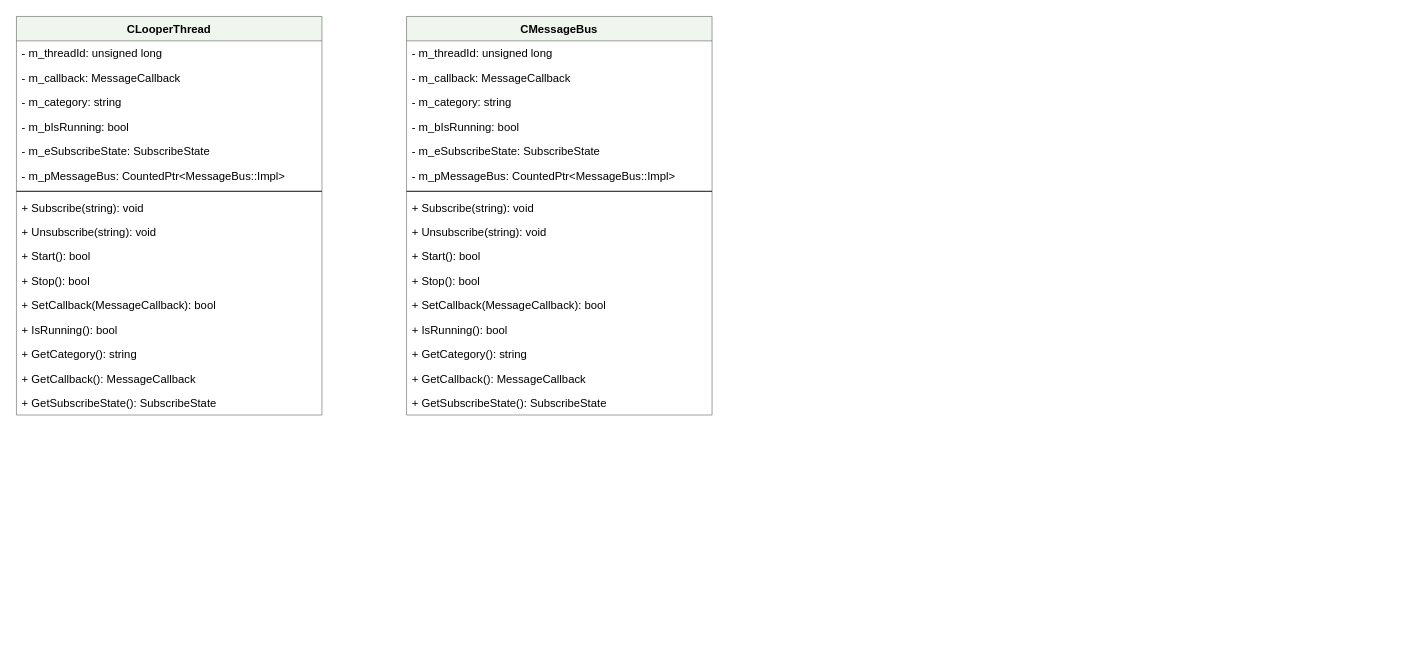
wangziji/graphics keeps this draw.io diagram as page "Message classes" (8 of 12) of AR 客户端架构.drawio. Above is the earlier version. Source tidied: cells renumbered, new cells numbered last; positions are measured from the earlier drawing's top-left corner, leaving out a move shared by most shapes. Both pictures are drawn from the tidied source at 94%, with x=0, y=0 at pixel (16, 16).
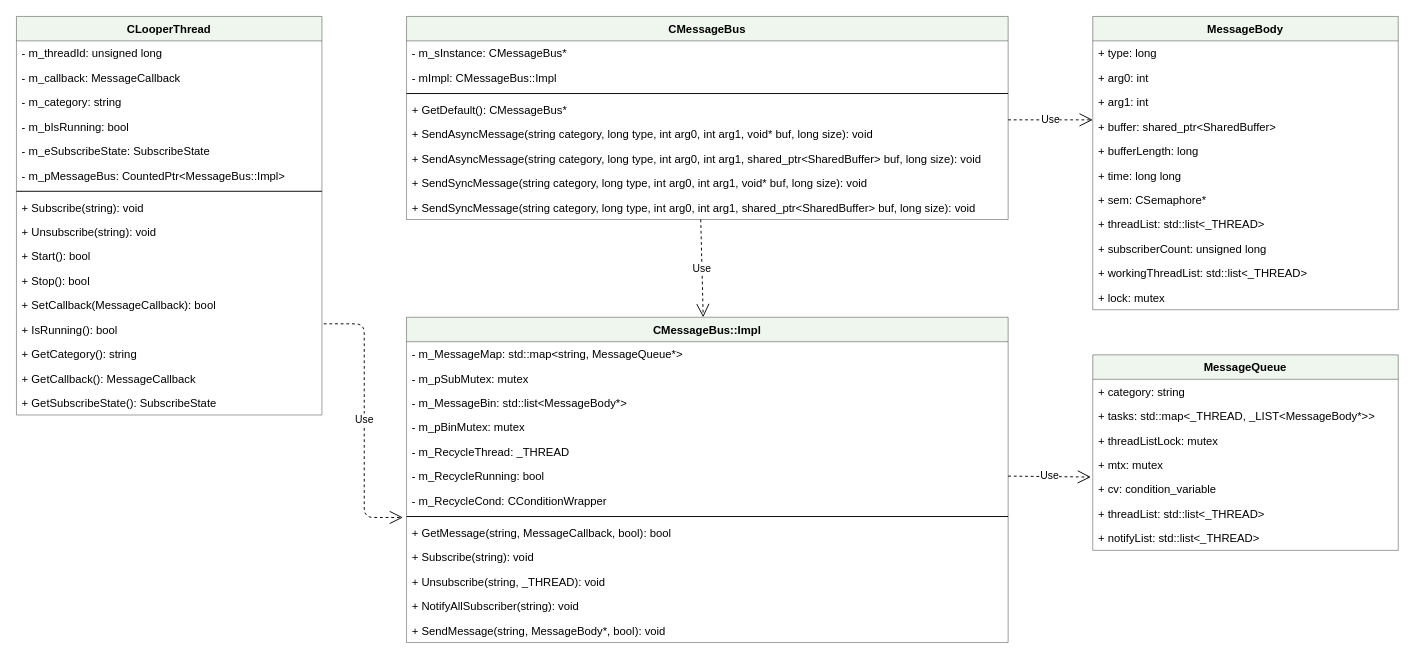
The same page after the edit.

Commit message:
Update AR 客户端架构.drawio

Unchanged cells that the change refers to:
```xml
<mxCell id="15" value="+ IsRunning(): bool" style="text;strokeColor=none;fillColor=none;align=left;verticalAlign=top;spacingLeft=4;spacingRight=4;overflow=hidden;points=[[0,0.5],[1,0.5]];portConstraint=eastwest;" parent="2" vertex="1">
  <mxGeometry y="320" width="325" height="26" as="geometry" />
</mxCell>
```

Diff of the diagram source:
```diff
@@
     <mxCell id="19" value="CMessageBus" style="swimlane;fontStyle=1;align=center;verticalAlign=top;horizontal=1;startSize=26;fillColor=#D5E8D4;opacity=40;" parent="1" vertex="1">
-      <mxGeometry x="415" width="325" height="424" as="geometry" />
+      <mxGeometry x="415" width="640" height="216" as="geometry" />
     </mxCell>
-    <mxCell id="20" value="- m_threadId: unsigned long" style="text;strokeColor=none;fillColor=none;align=left;verticalAlign=top;spacingLeft=4;spacingRight=4;overflow=hidden;" parent="19" vertex="1">
-      <mxGeometry y="26" width="325" height="26" as="geometry" />
+    <mxCell id="20" value="- m_sInstance: CMessageBus*" style="text;strokeColor=none;fillColor=none;align=left;verticalAlign=top;spacingLeft=4;spacingRight=4;overflow=hidden;" parent="19" vertex="1">
+      <mxGeometry y="26" width="640" height="26" as="geometry" />
     </mxCell>
-    <mxCell id="21" value="- m_callback: MessageCallback" style="text;strokeColor=none;fillColor=none;align=left;verticalAlign=top;spacingLeft=4;spacingRight=4;overflow=hidden;" parent="19" vertex="1">
-      <mxGeometry y="52" width="325" height="26" as="geometry" />
+    <mxCell id="21" value="- mImpl: CMessageBus::Impl" style="text;strokeColor=none;fillColor=none;align=left;verticalAlign=top;spacingLeft=4;spacingRight=4;overflow=hidden;" parent="19" vertex="1">
+      <mxGeometry y="52" width="640" height="26" as="geometry" />
     </mxCell>
-    <mxCell id="22" value="- m_category: string" style="text;strokeColor=none;fillColor=none;align=left;verticalAlign=top;spacingLeft=4;spacingRight=4;overflow=hidden;" parent="19" vertex="1">
-      <mxGeometry y="78" width="325" height="26" as="geometry" />
-    </mxCell>
-    <mxCell id="23" value="- m_bIsRunning: bool" style="text;strokeColor=none;fillColor=none;align=left;verticalAlign=top;spacingLeft=4;spacingRight=4;overflow=hidden;" parent="19" vertex="1">
-      <mxGeometry y="104" width="325" height="26" as="geometry" />
-    </mxCell>
-    <mxCell id="24" value="- m_eSubscribeState: SubscribeState" style="text;strokeColor=none;fillColor=none;align=left;verticalAlign=top;spacingLeft=4;spacingRight=4;overflow=hidden;" parent="19" vertex="1">
-      <mxGeometry y="130" width="325" height="26" as="geometry" />
-    </mxCell>
-    <mxCell id="25" value="- m_pMessageBus: CountedPtr&lt;MessageBus::Impl&gt;" style="text;strokeColor=none;fillColor=none;align=left;verticalAlign=top;spacingLeft=4;spacingRight=4;overflow=hidden;" parent="19" vertex="1">
-      <mxGeometry y="156" width="325" height="26" as="geometry" />
-    </mxCell>
     <mxCell id="26" style="line;strokeWidth=1;fillColor=none;align=left;verticalAlign=middle;spacingTop=-1;spacingLeft=3;spacingRight=3;labelPosition=right;" parent="19" vertex="1">
-      <mxGeometry y="182" width="325" height="8" as="geometry" />
+      <mxGeometry y="78" width="640" height="8" as="geometry" />
     </mxCell>
-    <mxCell id="27" value="+ Subscribe(string): void" style="text;strokeColor=none;fillColor=none;align=left;verticalAlign=top;spacingLeft=4;spacingRight=4;overflow=hidden;" parent="19" vertex="1">
-      <mxGeometry y="190" width="325" height="26" as="geometry" />
+    <mxCell id="27" value="+ GetDefault(): CMessageBus*" style="text;strokeColor=none;fillColor=none;align=left;verticalAlign=top;spacingLeft=4;spacingRight=4;overflow=hidden;" parent="19" vertex="1">
+      <mxGeometry y="86" width="640" height="26" as="geometry" />
     </mxCell>
-    <mxCell id="28" value="+ Unsubscribe(string): void" style="text;strokeColor=none;fillColor=none;align=left;verticalAlign=top;spacingLeft=4;spacingRight=4;overflow=hidden;" parent="19" vertex="1">
-      <mxGeometry y="216" width="325" height="26" as="geometry" />
+    <mxCell id="28" value="+ SendAsyncMessage(string category, long type, int arg0, int arg1, void* buf, long size): void" style="text;strokeColor=none;fillColor=none;align=left;verticalAlign=top;spacingLeft=4;spacingRight=4;overflow=hidden;" parent="19" vertex="1">
+      <mxGeometry y="112" width="640" height="26" as="geometry" />
     </mxCell>
-    <mxCell id="29" value="+ Start(): bool" style="text;strokeColor=none;fillColor=none;align=left;verticalAlign=top;spacingLeft=4;spacingRight=4;overflow=hidden;" parent="19" vertex="1">
-      <mxGeometry y="242" width="325" height="26" as="geometry" />
+    <mxCell id="29" value="+ SendAsyncMessage(string category, long type, int arg0, int arg1, shared_ptr&lt;SharedBuffer&gt; buf, long size): void" style="text;strokeColor=none;fillColor=none;align=left;verticalAlign=top;spacingLeft=4;spacingRight=4;overflow=hidden;" parent="19" vertex="1">
+      <mxGeometry y="138" width="640" height="26" as="geometry" />
     </mxCell>
-    <mxCell id="30" value="+ Stop(): bool" style="text;strokeColor=none;fillColor=none;align=left;verticalAlign=top;spacingLeft=4;spacingRight=4;overflow=hidden;" parent="19" vertex="1">
-      <mxGeometry y="268" width="325" height="26" as="geometry" />
+    <mxCell id="30" value="+ SendSyncMessage(string category, long type, int arg0, int arg1, void* buf, long size): void" style="text;strokeColor=none;fillColor=none;align=left;verticalAlign=top;spacingLeft=4;spacingRight=4;overflow=hidden;" parent="19" vertex="1">
+      <mxGeometry y="164" width="640" height="26" as="geometry" />
     </mxCell>
-    <mxCell id="31" value="+ SetCallback(MessageCallback): bool" style="text;strokeColor=none;fillColor=none;align=left;verticalAlign=top;spacingLeft=4;spacingRight=4;overflow=hidden;points=[[0,0.5],[1,0.5]];portConstraint=eastwest;" parent="19" vertex="1">
-      <mxGeometry y="294" width="325" height="26" as="geometry" />
+    <mxCell id="31" value="+ SendSyncMessage(string category, long type, int arg0, int arg1, shared_ptr&lt;SharedBuffer&gt; buf, long size): void" style="text;strokeColor=none;fillColor=none;align=left;verticalAlign=top;spacingLeft=4;spacingRight=4;overflow=hidden;points=[[0,0.5],[1,0.5]];portConstraint=eastwest;" parent="19" vertex="1">
+      <mxGeometry y="190" width="640" height="26" as="geometry" />
     </mxCell>
-    <mxCell id="32" value="+ IsRunning(): bool" style="text;strokeColor=none;fillColor=none;align=left;verticalAlign=top;spacingLeft=4;spacingRight=4;overflow=hidden;" parent="19" vertex="1">
-      <mxGeometry y="320" width="325" height="26" as="geometry" />
-    </mxCell>
-    <mxCell id="33" value="+ GetCategory(): string" style="text;strokeColor=none;fillColor=none;align=left;verticalAlign=top;spacingLeft=4;spacingRight=4;overflow=hidden;" parent="19" vertex="1">
-      <mxGeometry y="346" width="325" height="26" as="geometry" />
-    </mxCell>
-    <mxCell id="34" value="+ GetCallback(): MessageCallback" style="text;strokeColor=none;fillColor=none;align=left;verticalAlign=top;spacingLeft=4;spacingRight=4;overflow=hidden;" parent="19" vertex="1">
-      <mxGeometry y="372" width="325" height="26" as="geometry" />
-    </mxCell>
-    <mxCell id="35" value="+ GetSubscribeState(): SubscribeState" style="text;strokeColor=none;fillColor=none;align=left;verticalAlign=top;spacingLeft=4;spacingRight=4;overflow=hidden;" parent="19" vertex="1">
-      <mxGeometry y="398" width="325" height="26" as="geometry" />
-    </mxCell>
+    <mxCell id="36" value="CMessageBus::Impl" style="swimlane;fontStyle=1;align=center;verticalAlign=top;horizontal=1;startSize=26;fillColor=#D5E8D4;opacity=40;" parent="1" vertex="1">
+      <mxGeometry x="415" y="320" width="640" height="346" as="geometry" />
+    </mxCell>
+    <mxCell id="37" value="- m_MessageMap: std::map&lt;string, MessageQueue*&gt;" style="text;strokeColor=none;fillColor=none;align=left;verticalAlign=top;spacingLeft=4;spacingRight=4;overflow=hidden;" parent="36" vertex="1">
+      <mxGeometry y="26" width="640" height="26" as="geometry" />
+    </mxCell>
+    <mxCell id="38" value="- m_pSubMutex: mutex" style="text;strokeColor=none;fillColor=none;align=left;verticalAlign=top;spacingLeft=4;spacingRight=4;overflow=hidden;" parent="36" vertex="1">
+      <mxGeometry y="52" width="640" height="26" as="geometry" />
+    </mxCell>
+    <mxCell id="39" value="- m_MessageBin: std::list&lt;MessageBody*&gt;" style="text;strokeColor=none;fillColor=none;align=left;verticalAlign=top;spacingLeft=4;spacingRight=4;overflow=hidden;" parent="36" vertex="1">
+      <mxGeometry y="78" width="640" height="26" as="geometry" />
+    </mxCell>
+    <mxCell id="40" value="- m_pBinMutex: mutex" style="text;strokeColor=none;fillColor=none;align=left;verticalAlign=top;spacingLeft=4;spacingRight=4;overflow=hidden;" parent="36" vertex="1">
+      <mxGeometry y="104" width="640" height="26" as="geometry" />
+    </mxCell>
+    <mxCell id="41" value="- m_RecycleThread: _THREAD" style="text;strokeColor=none;fillColor=none;align=left;verticalAlign=top;spacingLeft=4;spacingRight=4;overflow=hidden;" parent="36" vertex="1">
+      <mxGeometry y="130" width="640" height="26" as="geometry" />
+    </mxCell>
+    <mxCell id="42" value="- m_RecycleRunning: bool" style="text;strokeColor=none;fillColor=none;align=left;verticalAlign=top;spacingLeft=4;spacingRight=4;overflow=hidden;points=[[0,0.5],[1,0.5]];portConstraint=eastwest;" parent="36" vertex="1">
+      <mxGeometry y="156" width="640" height="26" as="geometry" />
+    </mxCell>
+    <mxCell id="43" value="- m_RecycleCond: CConditionWrapper" style="text;strokeColor=none;fillColor=none;align=left;verticalAlign=top;spacingLeft=4;spacingRight=4;overflow=hidden;" parent="36" vertex="1">
+      <mxGeometry y="182" width="640" height="26" as="geometry" />
+    </mxCell>
+    <mxCell id="44" style="line;strokeWidth=1;fillColor=none;align=left;verticalAlign=middle;spacingTop=-1;spacingLeft=3;spacingRight=3;labelPosition=right;" parent="36" vertex="1">
+      <mxGeometry y="208" width="640" height="8" as="geometry" />
+    </mxCell>
+    <mxCell id="45" value="+ GetMessage(string, MessageCallback, bool): bool" style="text;strokeColor=none;fillColor=none;align=left;verticalAlign=top;spacingLeft=4;spacingRight=4;overflow=hidden;points=[[0,0.5],[1,0.5]];portConstraint=eastwest;" parent="36" vertex="1">
+      <mxGeometry y="216" width="640" height="26" as="geometry" />
+    </mxCell>
+    <mxCell id="46" value="+ Subscribe(string): void" style="text;strokeColor=none;fillColor=none;align=left;verticalAlign=top;spacingLeft=4;spacingRight=4;overflow=hidden;" parent="36" vertex="1">
+      <mxGeometry y="242" width="640" height="26" as="geometry" />
+    </mxCell>
+    <mxCell id="47" value="+ Unsubscribe(string, _THREAD): void" style="text;strokeColor=none;fillColor=none;align=left;verticalAlign=top;spacingLeft=4;spacingRight=4;overflow=hidden;" parent="36" vertex="1">
+      <mxGeometry y="268" width="640" height="26" as="geometry" />
+    </mxCell>
+    <mxCell id="48" value="+ NotifyAllSubscriber(string): void" style="text;strokeColor=none;fillColor=none;align=left;verticalAlign=top;spacingLeft=4;spacingRight=4;overflow=hidden;" parent="36" vertex="1">
+      <mxGeometry y="294" width="640" height="26" as="geometry" />
+    </mxCell>
+    <mxCell id="49" value="+ SendMessage(string, MessageBody*, bool): void" style="text;strokeColor=none;fillColor=none;align=left;verticalAlign=top;spacingLeft=4;spacingRight=4;overflow=hidden;" parent="36" vertex="1">
+      <mxGeometry y="320" width="640" height="26" as="geometry" />
+    </mxCell>
+    <mxCell id="50" value="MessageBody" style="swimlane;fontStyle=1;align=center;verticalAlign=top;horizontal=1;startSize=26;fillColor=#D5E8D4;opacity=40;" parent="1" vertex="1">
+      <mxGeometry x="1145" width="325" height="312" as="geometry" />
+    </mxCell>
+    <mxCell id="51" value="+ type: long" style="text;strokeColor=none;fillColor=none;align=left;verticalAlign=top;spacingLeft=4;spacingRight=4;overflow=hidden;" parent="50" vertex="1">
+      <mxGeometry y="26" width="325" height="26" as="geometry" />
+    </mxCell>
+    <mxCell id="52" value="+ arg0: int" style="text;strokeColor=none;fillColor=none;align=left;verticalAlign=top;spacingLeft=4;spacingRight=4;overflow=hidden;" parent="50" vertex="1">
+      <mxGeometry y="52" width="325" height="26" as="geometry" />
+    </mxCell>
+    <mxCell id="53" value="+ arg1: int" style="text;strokeColor=none;fillColor=none;align=left;verticalAlign=top;spacingLeft=4;spacingRight=4;overflow=hidden;" parent="50" vertex="1">
+      <mxGeometry y="78" width="325" height="26" as="geometry" />
+    </mxCell>
+    <mxCell id="54" value="+ buffer: shared_ptr&lt;SharedBuffer&gt;" style="text;strokeColor=none;fillColor=none;align=left;verticalAlign=top;spacingLeft=4;spacingRight=4;overflow=hidden;" parent="50" vertex="1">
+      <mxGeometry y="104" width="325" height="26" as="geometry" />
+    </mxCell>
+    <mxCell id="55" value="+ bufferLength: long" style="text;strokeColor=none;fillColor=none;align=left;verticalAlign=top;spacingLeft=4;spacingRight=4;overflow=hidden;" parent="50" vertex="1">
+      <mxGeometry y="130" width="325" height="26" as="geometry" />
+    </mxCell>
+    <mxCell id="56" value="+ time: long long" style="text;strokeColor=none;fillColor=none;align=left;verticalAlign=top;spacingLeft=4;spacingRight=4;overflow=hidden;" parent="50" vertex="1">
+      <mxGeometry y="156" width="325" height="26" as="geometry" />
+    </mxCell>
+    <mxCell id="57" value="+ sem: CSemaphore*" style="text;strokeColor=none;fillColor=none;align=left;verticalAlign=top;spacingLeft=4;spacingRight=4;overflow=hidden;" parent="50" vertex="1">
+      <mxGeometry y="182" width="325" height="26" as="geometry" />
+    </mxCell>
+    <mxCell id="58" value="+ threadList: std::list&lt;_THREAD&gt;" style="text;strokeColor=none;fillColor=none;align=left;verticalAlign=top;spacingLeft=4;spacingRight=4;overflow=hidden;" parent="50" vertex="1">
+      <mxGeometry y="208" width="325" height="26" as="geometry" />
+    </mxCell>
+    <mxCell id="59" value="+ subscriberCount: unsigned long" style="text;strokeColor=none;fillColor=none;align=left;verticalAlign=top;spacingLeft=4;spacingRight=4;overflow=hidden;" parent="50" vertex="1">
+      <mxGeometry y="234" width="325" height="26" as="geometry" />
+    </mxCell>
+    <mxCell id="60" value="+ workingThreadList: std::list&lt;_THREAD&gt;" style="text;strokeColor=none;fillColor=none;align=left;verticalAlign=top;spacingLeft=4;spacingRight=4;overflow=hidden;" parent="50" vertex="1">
+      <mxGeometry y="260" width="325" height="26" as="geometry" />
+    </mxCell>
+    <mxCell id="61" value="+ lock: mutex" style="text;strokeColor=none;fillColor=none;align=left;verticalAlign=top;spacingLeft=4;spacingRight=4;overflow=hidden;" parent="50" vertex="1">
+      <mxGeometry y="286" width="325" height="26" as="geometry" />
+    </mxCell>
+    <mxCell id="62" value="MessageQueue" style="swimlane;fontStyle=1;align=center;verticalAlign=top;horizontal=1;startSize=26;fillColor=#D5E8D4;opacity=40;" parent="1" vertex="1">
+      <mxGeometry x="1145" y="360" width="325" height="208" as="geometry" />
+    </mxCell>
+    <mxCell id="63" value="+ category: string" style="text;strokeColor=none;fillColor=none;align=left;verticalAlign=top;spacingLeft=4;spacingRight=4;overflow=hidden;" parent="62" vertex="1">
+      <mxGeometry y="26" width="325" height="26" as="geometry" />
+    </mxCell>
+    <mxCell id="64" value="+ tasks: std::map&lt;_THREAD, _LIST&lt;MessageBody*&gt;&gt;" style="text;strokeColor=none;fillColor=none;align=left;verticalAlign=top;spacingLeft=4;spacingRight=4;overflow=hidden;" parent="62" vertex="1">
+      <mxGeometry y="52" width="325" height="26" as="geometry" />
+    </mxCell>
+    <mxCell id="65" value="+ threadListLock: mutex" style="text;strokeColor=none;fillColor=none;align=left;verticalAlign=top;spacingLeft=4;spacingRight=4;overflow=hidden;" parent="62" vertex="1">
+      <mxGeometry y="78" width="325" height="26" as="geometry" />
+    </mxCell>
+    <mxCell id="66" value="+ mtx: mutex" style="text;strokeColor=none;fillColor=none;align=left;verticalAlign=top;spacingLeft=4;spacingRight=4;overflow=hidden;" parent="62" vertex="1">
+      <mxGeometry y="104" width="325" height="26" as="geometry" />
+    </mxCell>
+    <mxCell id="67" value="+ cv: condition_variable" style="text;strokeColor=none;fillColor=none;align=left;verticalAlign=top;spacingLeft=4;spacingRight=4;overflow=hidden;points=[[0,0.5],[1,0.5]];portConstraint=eastwest;" parent="62" vertex="1">
+      <mxGeometry y="130" width="325" height="26" as="geometry" />
+    </mxCell>
+    <mxCell id="68" value="+ threadList: std::list&lt;_THREAD&gt;" style="text;strokeColor=none;fillColor=none;align=left;verticalAlign=top;spacingLeft=4;spacingRight=4;overflow=hidden;" parent="62" vertex="1">
+      <mxGeometry y="156" width="325" height="26" as="geometry" />
+    </mxCell>
+    <mxCell id="69" value="+ notifyList: std::list&lt;_THREAD&gt;" style="text;strokeColor=none;fillColor=none;align=left;verticalAlign=top;spacingLeft=4;spacingRight=4;overflow=hidden;" parent="62" vertex="1">
+      <mxGeometry y="182" width="325" height="26" as="geometry" />
+    </mxCell>
+    <mxCell id="70" value="Use" style="endArrow=open;endSize=12;dashed=1;html=1;exitX=1.006;exitY=0.269;exitDx=0;exitDy=0;exitPerimeter=0;entryX=-0.006;entryY=-0.115;entryDx=0;entryDy=0;entryPerimeter=0;edgeStyle=orthogonalEdgeStyle;" parent="1" edge="1" source="15" target="45">
+      <mxGeometry relative="1" as="geometry" />
+    </mxCell>
+    <mxCell id="71" value="Use" style="endArrow=open;endSize=12;dashed=1;html=1;exitX=0.489;exitY=1;exitDx=0;exitDy=0;exitPerimeter=0;" parent="1" edge="1" source="31" target="36">
+      <mxGeometry relative="1" as="geometry" />
+    </mxCell>
+    <mxCell id="72" value="Use" style="endArrow=open;endSize=12;dashed=1;html=1;exitX=1;exitY=0.5;exitDx=0;exitDy=0;entryX=-0.006;entryY=0;entryDx=0;entryDy=0;entryPerimeter=0;" parent="1" edge="1" source="42" target="67">
+      <mxGeometry relative="1" as="geometry" />
+    </mxCell>
+    <mxCell id="73" value="Use" style="endArrow=open;endSize=12;dashed=1;html=1;" parent="1" edge="1">
+      <mxGeometry relative="1" as="geometry">
+        <mxPoint x="1055" y="110" as="sourcePoint" />
+        <mxPoint x="1145" y="110" as="targetPoint" />
+      </mxGeometry>
+    </mxCell>
```
